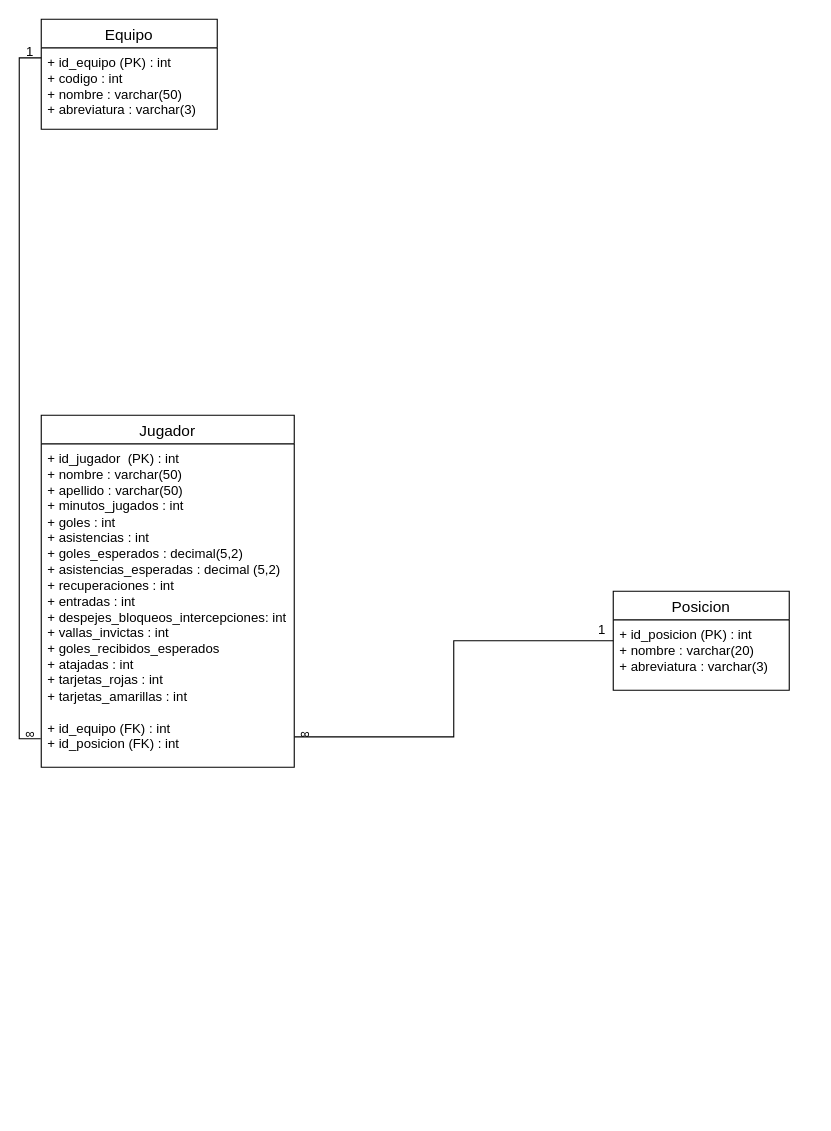
The draw.io diagram design/modelo-relacional-premier-league-analytics.drawio in NachoParedes/premier-league-analytics, before the edit. Source tidied: cells renumbered, new cells numbered last; positions are measured from the earlier drawing's top-left corner, leaving out a move shared by most shapes. Both pictures are drawn from the tidied source at 110%, with x=0, y=0 at pixel (19, 19).
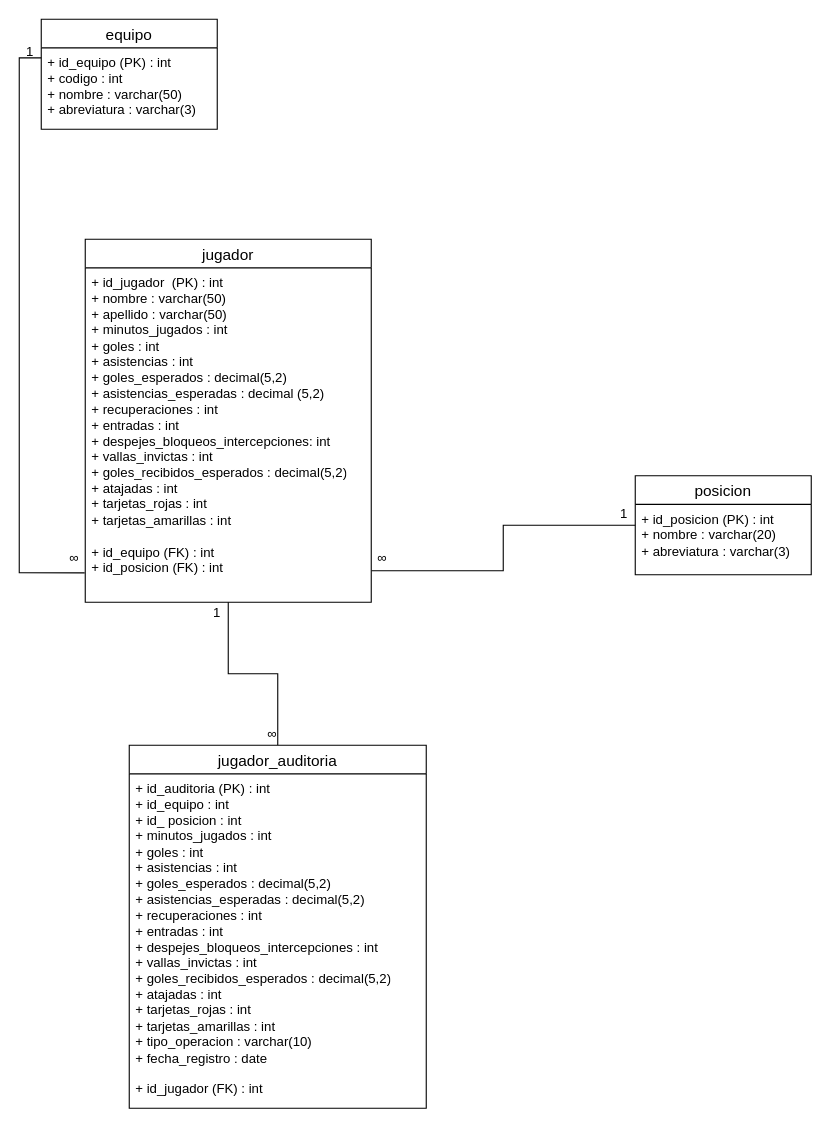
The same page after the edit.

Commit message (it also covers changes not shown here):
feat(db): actualizar modelo relacional y agregar tabla jugador_auditoria

What changed in the source:
```diff
@@
 <mxGraphModel>
   <root>
     <mxCell id="0" />
     <mxCell id="1" parent="0" />
     <mxCell id="2" style="edgeStyle=orthogonalEdgeStyle;rounded=0;jettySize=auto;html=1;exitX=0;exitY=0.123;exitDx=0;exitDy=0;entryX=-0.002;entryY=0.912;entryDx=0;entryDy=0;entryPerimeter=0;endArrow=none;endFill=0;exitPerimeter=0;" parent="1" edge="1" source="4" target="8">
       <mxGeometry relative="1" as="geometry" />
     </mxCell>
-    <mxCell id="3" value="Equipo" style="swimlane;fontStyle=0;horizontal=1;startSize=26;align=center;fontSize=14;" parent="1" vertex="1">
+    <mxCell id="3" value="equipo" style="swimlane;fontStyle=0;horizontal=1;startSize=26;align=center;fontSize=14;" parent="1" vertex="1">
       <mxGeometry x="20" width="160" height="100" as="geometry" />
     </mxCell>
     <mxCell id="4" value="+ id_equipo (PK) : int&lt;div&gt;+ codigo : int&lt;br&gt;&lt;div&gt;+ nombre : varchar(50)&lt;/div&gt;&lt;div&gt;+ abreviatura : varchar(3)&lt;/div&gt;&lt;div&gt;&lt;br&gt;&lt;/div&gt;&lt;/div&gt;" style="text;strokeColor=none;fillColor=none;spacingLeft=4;spacingRight=4;overflow=hidden;points=[[0,0.5],[1,0.5]];portConstraint=eastwest;fontSize=12;whiteSpace=wrap;html=1;" parent="3" vertex="1">
       <mxGeometry y="26" width="160" height="74" as="geometry" />
     </mxCell>
-    <mxCell id="5" value="Posicion" style="swimlane;fontStyle=0;horizontal=1;startSize=26;align=center;fontSize=14;" parent="1" vertex="1">
-      <mxGeometry x="540" y="520" width="160" height="90" as="geometry" />
+    <mxCell id="5" value="posicion" style="swimlane;fontStyle=0;horizontal=1;startSize=26;align=center;fontSize=14;" parent="1" vertex="1">
+      <mxGeometry x="560" y="415" width="160" height="90" as="geometry" />
     </mxCell>
     <mxCell id="6" value="+ id_posicion (PK) : int&lt;div&gt;+ nombre : varchar(20)&lt;/div&gt;&lt;div&gt;+ abreviatura : varchar(3)&lt;/div&gt;&lt;div&gt;&lt;br&gt;&lt;/div&gt;" style="text;strokeColor=none;fillColor=none;spacingLeft=4;spacingRight=4;overflow=hidden;fontSize=12;whiteSpace=wrap;html=1;" parent="5" vertex="1">
       <mxGeometry y="26" width="160" height="64" as="geometry" />
     </mxCell>
+    <mxCell id="14" style="edgeStyle=orthogonalEdgeStyle;rounded=0;jettySize=auto;html=1;entryX=0.5;entryY=0;entryDx=0;entryDy=0;endArrow=none;endFill=0;" parent="1" edge="1" source="7" target="15">
+      <mxGeometry relative="1" as="geometry" />
+    </mxCell>
-    <mxCell id="7" value="Jugador" style="swimlane;fontStyle=0;horizontal=1;startSize=26;align=center;fontSize=14;" parent="1" vertex="1">
-      <mxGeometry x="20" y="360" width="230" height="320" as="geometry" />
+    <mxCell id="7" value="jugador" style="swimlane;fontStyle=0;horizontal=1;startSize=26;align=center;fontSize=14;" parent="1" vertex="1">
+      <mxGeometry x="60" y="200" width="260" height="330" as="geometry" />
     </mxCell>
-    <mxCell id="8" value="+ id_jugador&amp;nbsp; (PK) : int&lt;div&gt;+ nombre : varchar(50)&lt;/div&gt;&lt;div&gt;+ apellido : varchar(50)&lt;/div&gt;&lt;div&gt;+ minutos_jugados : int&lt;/div&gt;&lt;div&gt;+ goles : int&lt;/div&gt;&lt;div&gt;+ asistencias : int&lt;/div&gt;&lt;div&gt;+ goles_esperados : decimal(5,2)&lt;/div&gt;&lt;div&gt;+ asistencias_esperadas : decimal (5,2)&lt;/div&gt;&lt;div&gt;+ recuperaciones : int&lt;/div&gt;&lt;div&gt;+ entradas : int&lt;/div&gt;&lt;div&gt;+&amp;nbsp;despejes_bloqueos_intercepciones: int&lt;/div&gt;&lt;div&gt;+ vallas_invictas : int&lt;/div&gt;&lt;div&gt;+&amp;nbsp;goles_recibidos_esperados&lt;/div&gt;&lt;div&gt;+ atajadas : int&lt;/div&gt;&lt;div&gt;+ tarjetas_rojas : int&lt;/div&gt;&lt;div&gt;+ tarjetas_amarillas : int&lt;/div&gt;&lt;div&gt;&lt;br&gt;&lt;/div&gt;&lt;div&gt;+ id_equipo (FK) : int&lt;/div&gt;&lt;div&gt;+ id_posicion (FK) : int&lt;/div&gt;" style="text;strokeColor=none;fillColor=none;spacingLeft=4;spacingRight=4;overflow=hidden;points=[[0,0.5],[1,0.5]];portConstraint=eastwest;fontSize=12;whiteSpace=wrap;html=1;" parent="7" vertex="1">
-      <mxGeometry y="26" width="230" height="294" as="geometry" />
+    <mxCell id="8" value="+ id_jugador&amp;nbsp; (PK) : int&lt;div&gt;+ nombre : varchar(50)&lt;/div&gt;&lt;div&gt;+ apellido : varchar(50)&lt;/div&gt;&lt;div&gt;+ minutos_jugados : int&lt;/div&gt;&lt;div&gt;+ goles : int&lt;/div&gt;&lt;div&gt;+ asistencias : int&lt;/div&gt;&lt;div&gt;+ goles_esperados : decimal(5,2)&lt;/div&gt;&lt;div&gt;+ asistencias_esperadas : decimal (5,2)&lt;/div&gt;&lt;div&gt;+ recuperaciones : int&lt;/div&gt;&lt;div&gt;+ entradas : int&lt;/div&gt;&lt;div&gt;+&amp;nbsp;despejes_bloqueos_intercepciones: int&lt;/div&gt;&lt;div&gt;+ vallas_invictas : int&lt;/div&gt;&lt;div&gt;+&amp;nbsp;goles_recibidos_esperados :&amp;nbsp;&lt;span style=&quot;background-color: transparent; color: light-dark(rgb(0, 0, 0), rgb(255, 255, 255));&quot;&gt;decimal(5,2)&lt;/span&gt;&lt;/div&gt;&lt;div&gt;+ atajadas : int&lt;/div&gt;&lt;div&gt;+ tarjetas_rojas : int&lt;/div&gt;&lt;div&gt;+ tarjetas_amarillas : int&lt;/div&gt;&lt;div&gt;&lt;br&gt;&lt;/div&gt;&lt;div&gt;+ id_equipo (FK) : int&lt;/div&gt;&lt;div&gt;+ id_posicion (FK) : int&lt;/div&gt;" style="text;strokeColor=none;fillColor=none;spacingLeft=4;spacingRight=4;overflow=hidden;points=[[0,0.5],[1,0.5]];portConstraint=eastwest;fontSize=12;whiteSpace=wrap;html=1;" parent="7" vertex="1">
+      <mxGeometry y="26" width="260" height="304" as="geometry" />
     </mxCell>
     <mxCell id="9" style="edgeStyle=orthogonalEdgeStyle;rounded=0;jettySize=auto;html=1;exitX=0;exitY=0.5;exitDx=0;exitDy=0;endArrow=none;endFill=0;entryX=1.001;entryY=0.906;entryDx=0;entryDy=0;entryPerimeter=0;" parent="1" edge="1" source="5" target="8">
       <mxGeometry relative="1" as="geometry" />
     </mxCell>
     <mxCell id="10" value="1" style="text;html=1;whiteSpace=wrap;strokeColor=none;fillColor=none;align=center;verticalAlign=middle;rounded=0;" parent="1" vertex="1">
       <mxGeometry y="20" width="20" height="20" as="geometry" />
     </mxCell>
     <mxCell id="11" value="∞" style="text;html=1;whiteSpace=wrap;strokeColor=none;fillColor=none;align=center;verticalAlign=middle;rounded=0;" parent="1" vertex="1">
-      <mxGeometry y="640" width="20" height="20" as="geometry" />
+      <mxGeometry x="40" y="480" width="20" height="20" as="geometry" />
     </mxCell>
     <mxCell id="12" value="∞" style="text;html=1;whiteSpace=wrap;strokeColor=none;fillColor=none;align=center;verticalAlign=middle;rounded=0;" parent="1" vertex="1">
-      <mxGeometry x="250" y="640" width="20" height="20" as="geometry" />
+      <mxGeometry x="320" y="480" width="20" height="20" as="geometry" />
     </mxCell>
     <mxCell id="13" value="1" style="text;html=1;whiteSpace=wrap;strokeColor=none;fillColor=none;align=center;verticalAlign=middle;rounded=0;" parent="1" vertex="1">
-      <mxGeometry x="520" y="545" width="20" height="20" as="geometry" />
+      <mxGeometry x="540" y="440" width="20" height="20" as="geometry" />
     </mxCell>
+    <mxCell id="15" value="jugador_auditoria" style="swimlane;fontStyle=0;horizontal=1;startSize=26;align=center;fontSize=14;" parent="1" vertex="1">
+      <mxGeometry x="100" y="660" width="270" height="330" as="geometry" />
+    </mxCell>
+    <mxCell id="16" value="+ id_auditoria (PK) : int&amp;nbsp;&lt;div&gt;+ id_equipo : int&lt;/div&gt;&lt;div&gt;+ id_ posicion : int&lt;/div&gt;&lt;div&gt;+ minutos_jugados : int&lt;/div&gt;&lt;div&gt;+ goles : int&lt;/div&gt;&lt;div&gt;+ asistencias : int&lt;/div&gt;&lt;div&gt;+ goles_esperados :&amp;nbsp;&lt;span style=&quot;background-color: transparent; color: light-dark(rgb(0, 0, 0), rgb(255, 255, 255));&quot;&gt;decimal(5,2)&lt;/span&gt;&lt;/div&gt;&lt;div&gt;+ asistencias_esperadas :&amp;nbsp;&lt;span style=&quot;background-color: transparent; color: light-dark(rgb(0, 0, 0), rgb(255, 255, 255));&quot;&gt;decimal(5,2)&lt;/span&gt;&lt;/div&gt;&lt;div&gt;+ recuperaciones : int&lt;/div&gt;&lt;div&gt;+ entradas : int&lt;/div&gt;&lt;div&gt;+&amp;nbsp;despejes_bloqueos_intercepciones : int&lt;/div&gt;&lt;div&gt;+ vallas_invictas : int&lt;/div&gt;&lt;div&gt;+ goles_recibidos_esperados :&amp;nbsp;&lt;span style=&quot;background-color: transparent; color: light-dark(rgb(0, 0, 0), rgb(255, 255, 255));&quot;&gt;decimal(5,2)&lt;/span&gt;&lt;/div&gt;&lt;div&gt;&lt;span style=&quot;background-color: transparent; color: light-dark(rgb(0, 0, 0), rgb(255, 255, 255));&quot;&gt;+ atajadas : int&lt;/span&gt;&lt;/div&gt;&lt;div&gt;&lt;span style=&quot;background-color: transparent; color: light-dark(rgb(0, 0, 0), rgb(255, 255, 255));&quot;&gt;+ tarjetas_rojas : int&lt;/span&gt;&lt;/div&gt;&lt;div&gt;&lt;span style=&quot;background-color: transparent; color: light-dark(rgb(0, 0, 0), rgb(255, 255, 255));&quot;&gt;+ tarjetas_amarillas : int&lt;/span&gt;&lt;/div&gt;&lt;div&gt;+ tipo_operacion : varchar(10)&lt;/div&gt;&lt;div&gt;+ fecha_registro : date&lt;/div&gt;&lt;div&gt;&lt;br&gt;&lt;/div&gt;&lt;div&gt;+ id_jugador (FK) : int&lt;/div&gt;" style="text;strokeColor=none;fillColor=none;spacingLeft=4;spacingRight=4;overflow=hidden;fontSize=12;whiteSpace=wrap;html=1;" parent="15" vertex="1">
+      <mxGeometry y="26" width="270" height="304" as="geometry" />
+    </mxCell>
+    <mxCell id="17" value="∞" style="text;html=1;whiteSpace=wrap;strokeColor=none;fillColor=none;align=center;verticalAlign=middle;rounded=0;" parent="1" vertex="1">
+      <mxGeometry x="220" y="640" width="20" height="20" as="geometry" />
+    </mxCell>
+    <mxCell id="18" value="1" style="text;html=1;whiteSpace=wrap;strokeColor=none;fillColor=none;align=center;verticalAlign=middle;rounded=0;" parent="1" vertex="1">
+      <mxGeometry x="170" y="530" width="20" height="20" as="geometry" />
+    </mxCell>
   </root>
 </mxGraphModel>
```
